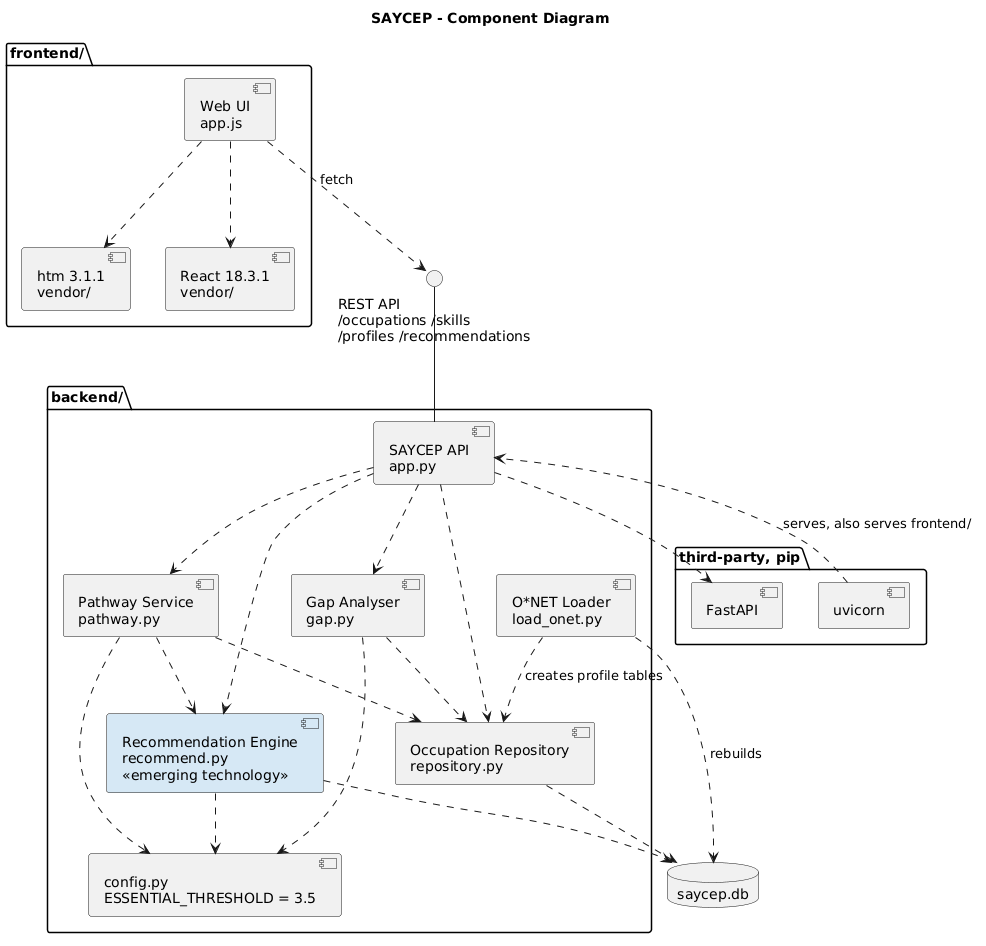
The PlantUML diagram docs/uml/a3/06-component.png in ShogunLSG/SAYCEP, before a commit. The source it was exported from:
```plantuml
@startuml
title SAYCEP - Component Diagram
skinparam shadowing false

package "frontend/" {
  component "Web UI\napp.js" as UI
  component "React 18.3.1\nvendor/" as React
  component "htm 3.1.1\nvendor/" as Htm
}

package "backend/" {
  component "SAYCEP API\napp.py" as API
  component "Gap Analyser\ngap.py" as GA
  component "Pathway Service\npathway.py" as PS
  component "Recommendation Engine\nrecommend.py\n<<emerging technology>>" as RE #D6E8F5
  component "Occupation Repository\nrepository.py" as Repo
  component "config.py\nESSENTIAL_THRESHOLD = 3.5" as Cfg
  component "O*NET Loader\nload_onet.py" as Loader
}

package "third-party, pip" {
  component "FastAPI" as FA
  component "uvicorn" as UV
}

database "saycep.db" as DB

interface "REST API\n/occupations /skills\n/profiles /recommendations" as REST

API -up- REST
UI ..> REST : fetch
UI ..> React
UI ..> Htm
UV ..> API : serves, also serves frontend/
API ..> FA
API ..> GA
API ..> PS
API ..> RE
API ..> Repo
PS ..> RE
PS ..> Repo
GA ..> Repo
GA ..> Cfg
RE ..> Cfg
PS ..> Cfg
Repo ..> DB
RE ..> DB
Loader ..> Repo : creates profile tables
Loader ..> DB : rebuilds
@enduml
```
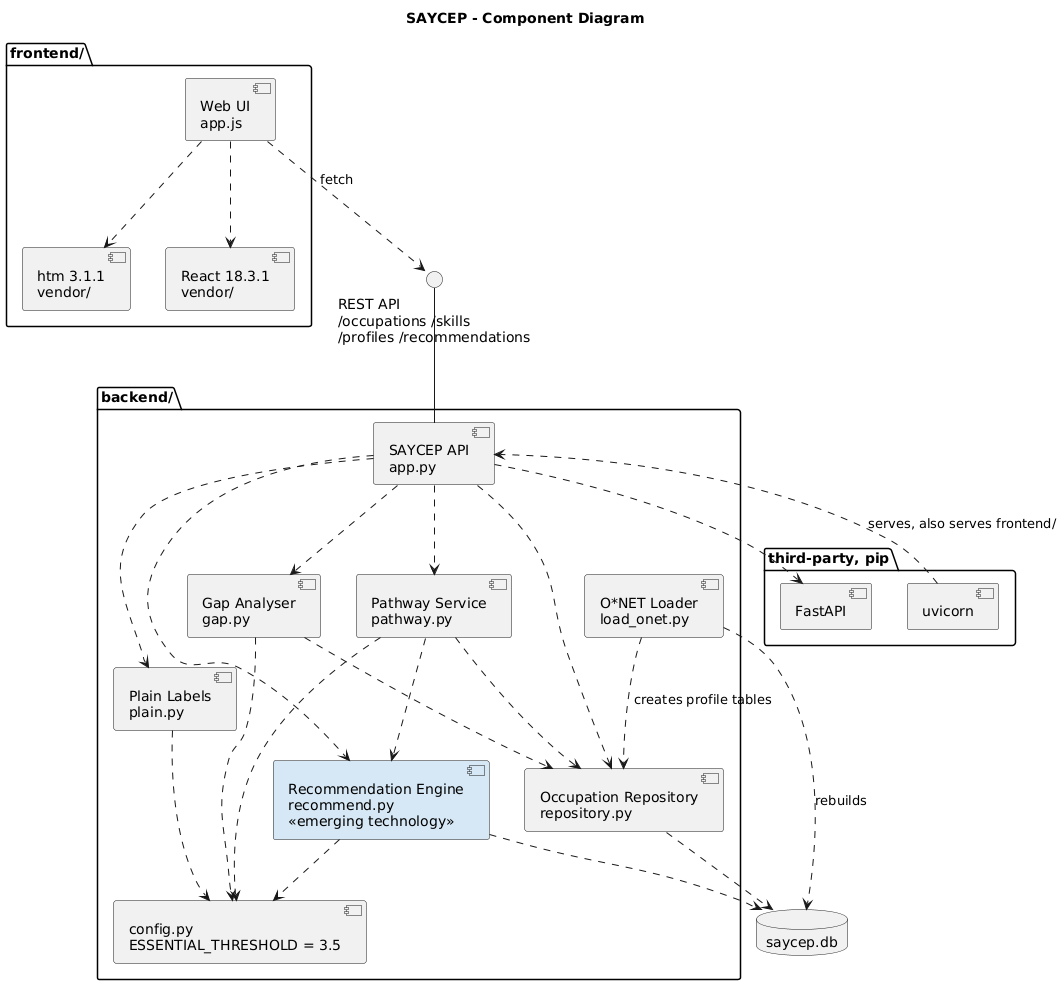
The same file after the commit.

The edit, as a diff of the source:
```diff
@@ -1,4 +1,4 @@
-@startuml
+@startuml SAYCEP_A3_Component
 title SAYCEP - Component Diagram
 skinparam shadowing false
 
@@ -14,6 +14,7 @@
   component "Pathway Service\npathway.py" as PS
   component "Recommendation Engine\nrecommend.py\n<<emerging technology>>" as RE #D6E8F5
   component "Occupation Repository\nrepository.py" as Repo
+  component "Plain Labels\nplain.py" as PL
   component "config.py\nESSENTIAL_THRESHOLD = 3.5" as Cfg
   component "O*NET Loader\nload_onet.py" as Loader
 }
@@ -37,6 +38,8 @@
 API ..> PS
 API ..> RE
 API ..> Repo
+API ..> PL
+PL ..> Cfg
 PS ..> RE
 PS ..> Repo
 GA ..> Repo
```
